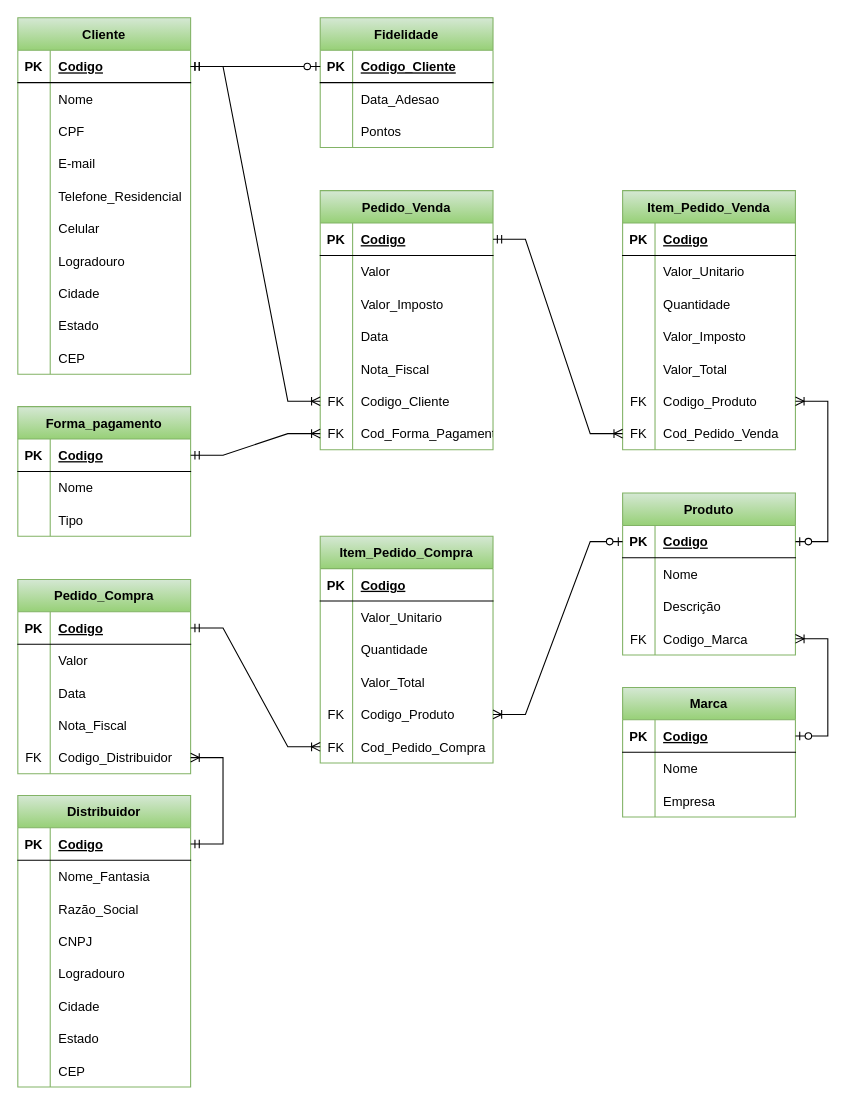
The draw.io diagram Der.drawio in diegohfcelestino/arquitetura, before the edit. Source tidied: cells renumbered, new cells numbered last; positions are measured from the earlier drawing's top-left corner, leaving out a move shared by most shapes. Both pictures are drawn from the tidied source at 108%, with x=0, y=0 at pixel (17, 17).
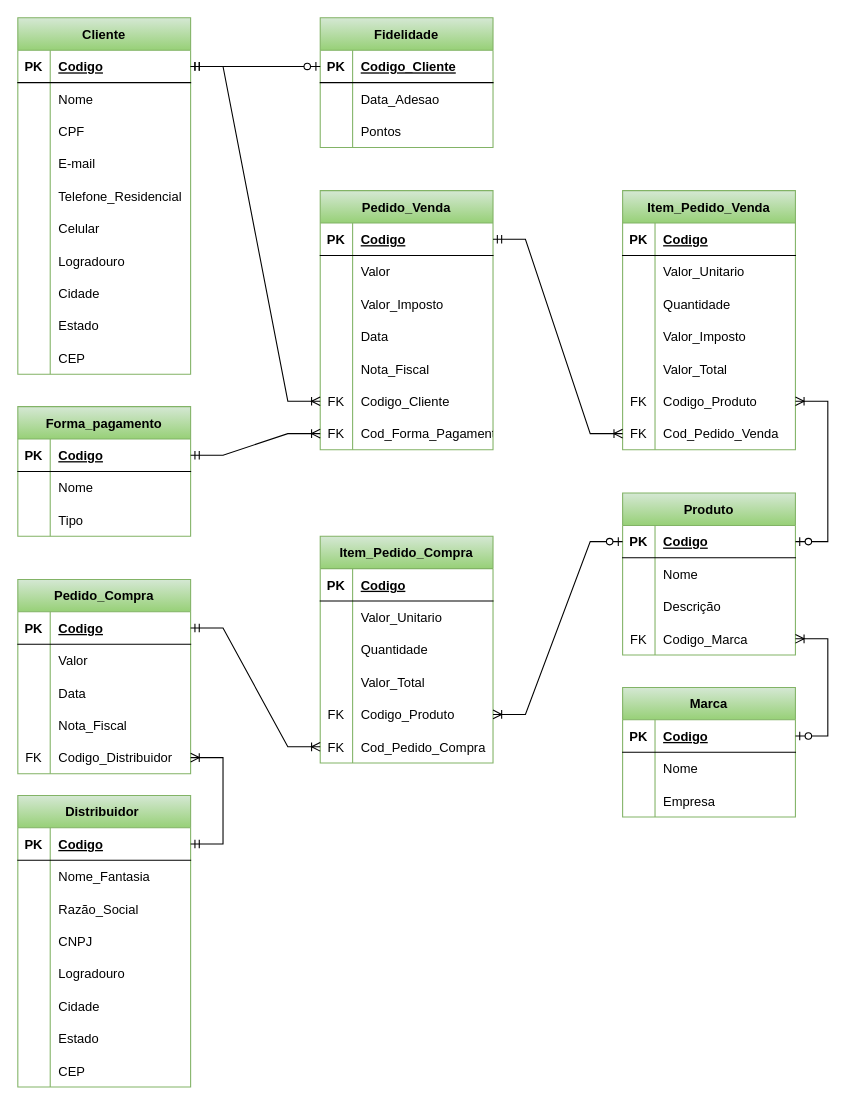
The same diagram, later.

The edit, as a diff of the source:
```diff
@@
-    <mxCell id="76" value="Distribuidor" style="shape=table;startSize=30;childLayout=tableLayout;rowLines=0;fontStyle=1;align=center;fillColor=#d5e8d4;strokeColor=#82b366;gradientColor=#97d077;" parent="1" vertex="1">
+    <mxCell id="76" value="Distribuidor " style="shape=table;startSize=30;childLayout=tableLayout;rowLines=0;fontStyle=1;align=center;fillColor=#d5e8d4;strokeColor=#82b366;gradientColor=#97d077;" parent="1" vertex="1">
       <mxGeometry y="720" width="160" height="270" as="geometry" />
     </mxCell>
```
